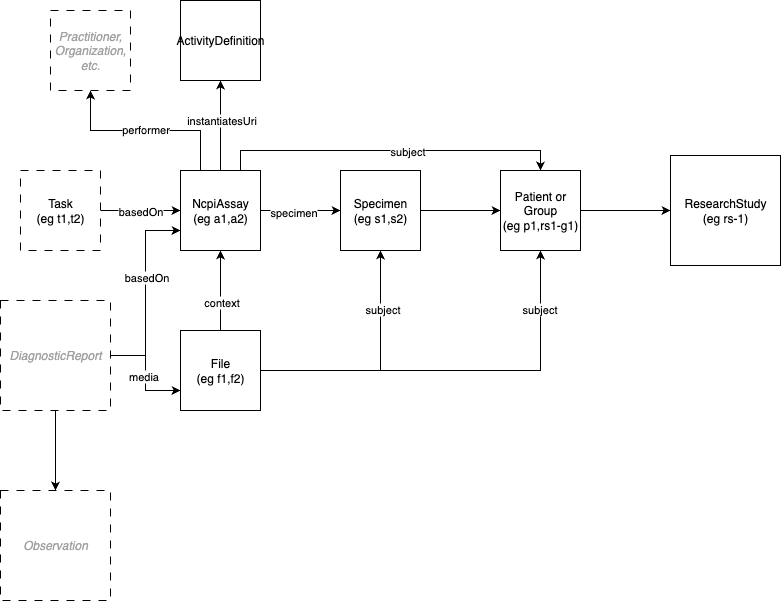
Before: input/images/assay-usage.png, a diagram exported from draw.io (NIH-NCPI/ncpi-fhir-ig-2). Source tidied: cells renumbered, new cells last; positions are measured from the earlier drawing's top-left corner, leaving out a move shared by most shapes.
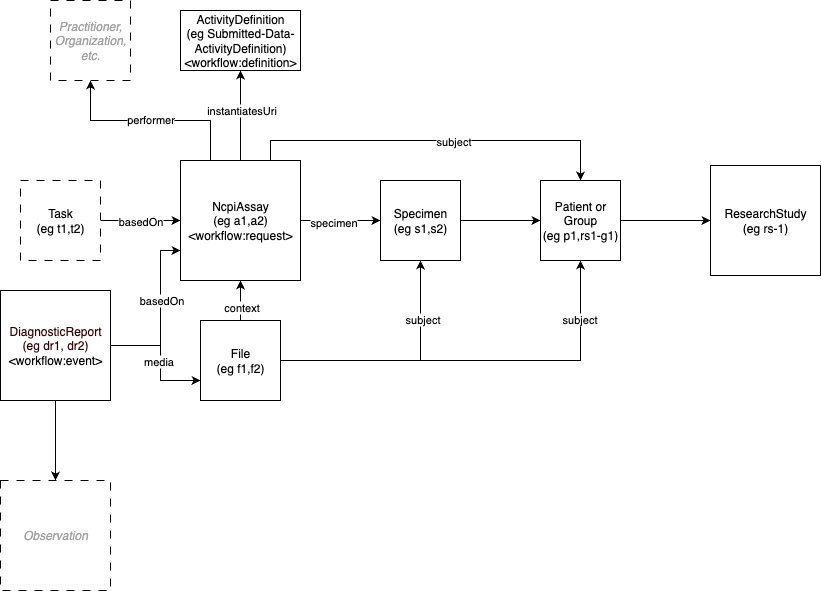
Later version of the same file.

Commit message:
Adds DiagnosticReport, ActivityDefinition

Change to the diagram source:
```diff
@@ -11,7 +11,7 @@
       </mxGeometry>
     </mxCell>
     <mxCell id="4" value="Task&lt;div&gt;(eg t1,t2)&lt;/div&gt;" style="whiteSpace=wrap;html=1;dashed=1;dashPattern=8 8;" parent="1" vertex="1">
-      <mxGeometry x="20" y="170" width="80" height="80" as="geometry" />
+      <mxGeometry x="20" y="190" width="80" height="80" as="geometry" />
     </mxCell>
     <mxCell id="5" style="edgeStyle=orthogonalEdgeStyle;rounded=0;jettySize=auto;html=1;" parent="1" edge="1" source="13" target="15">
       <mxGeometry relative="1" as="geometry" />
@@ -35,7 +35,7 @@
     <mxCell id="10" value="performer" style="edgeLabel;html=1;align=center;verticalAlign=middle;" parent="9" vertex="1">
       <mxGeometry x="0.01" y="-2" relative="1" as="geometry" />
     </mxCell>
-    <mxCell id="11" style="edgeStyle=orthogonalEdgeStyle;rounded=0;jettySize=auto;html=1;" parent="1" edge="1" source="13" target="27">
+    <mxCell id="11" style="edgeStyle=orthogonalEdgeStyle;rounded=0;jettySize=auto;html=1;entryX=0.5;entryY=1;entryDx=0;entryDy=0;" parent="1" edge="1" source="13" target="35">
       <mxGeometry relative="1" as="geometry" />
     </mxCell>
     <mxCell id="12" value="instantiatesUri" style="edgeLabel;html=1;align=center;verticalAlign=middle;" parent="11" vertex="1">
@@ -43,23 +43,23 @@
         <mxPoint x="-3" y="-12" as="offset" />
       </mxGeometry>
     </mxCell>
-    <mxCell id="13" value="NcpiAssay&lt;div&gt;(eg a1,a2)&lt;/div&gt;" style="whiteSpace=wrap;html=1;" parent="1" vertex="1">
-      <mxGeometry x="180" y="170" width="80" height="80" as="geometry" />
+    <mxCell id="13" value="NcpiAssay&lt;div&gt;(eg a1,a2)&lt;/div&gt;&lt;div&gt;&amp;lt;workflow:request&amp;gt;&lt;/div&gt;" style="whiteSpace=wrap;html=1;" parent="1" vertex="1">
+      <mxGeometry x="180" y="170" width="120" height="120" as="geometry" />
     </mxCell>
     <mxCell id="14" style="edgeStyle=orthogonalEdgeStyle;rounded=0;jettySize=auto;html=1;" parent="1" edge="1" source="15" target="17">
       <mxGeometry relative="1" as="geometry" />
     </mxCell>
     <mxCell id="15" value="Specimen&lt;div&gt;(eg s1,s2)&lt;/div&gt;" style="whiteSpace=wrap;html=1;" parent="1" vertex="1">
-      <mxGeometry x="340" y="170" width="80" height="80" as="geometry" />
+      <mxGeometry x="380" y="190" width="80" height="80" as="geometry" />
     </mxCell>
     <mxCell id="16" style="edgeStyle=orthogonalEdgeStyle;rounded=0;jettySize=auto;html=1;" parent="1" edge="1" source="17" target="18">
       <mxGeometry relative="1" as="geometry" />
     </mxCell>
     <mxCell id="17" value="Patient or Group&lt;div&gt;(eg p1,rs1-g1)&lt;/div&gt;" style="whiteSpace=wrap;html=1;" parent="1" vertex="1">
-      <mxGeometry x="500" y="170" width="80" height="80" as="geometry" />
+      <mxGeometry x="540" y="190" width="80" height="80" as="geometry" />
     </mxCell>
     <mxCell id="18" value="ResearchStudy&lt;div&gt;(eg rs-1)&lt;/div&gt;" style="whiteSpace=wrap;html=1;" parent="1" vertex="1">
-      <mxGeometry x="670" y="155" width="110" height="110" as="geometry" />
+      <mxGeometry x="710" y="175" width="110" height="110" as="geometry" />
     </mxCell>
     <mxCell id="19" style="edgeStyle=orthogonalEdgeStyle;rounded=0;jettySize=auto;html=1;" parent="1" edge="1" source="25" target="13">
       <mxGeometry relative="1" as="geometry" />
@@ -84,22 +84,29 @@
       </mxGeometry>
     </mxCell>
     <mxCell id="25" value="File&lt;div&gt;(eg f1,f2)&lt;/div&gt;" style="whiteSpace=wrap;html=1;" parent="1" vertex="1">
-      <mxGeometry x="180" y="330" width="80" height="80" as="geometry" />
+      <mxGeometry x="200" y="330" width="80" height="80" as="geometry" />
     </mxCell>
     <mxCell id="26" value="&lt;span style=&quot;white-space: normal;&quot;&gt;&lt;i&gt;&lt;font style=&quot;color: rgb(161, 161, 161);&quot;&gt;Practitioner, Organization,&lt;/font&gt;&lt;/i&gt;&lt;/span&gt;&lt;div&gt;&lt;span style=&quot;white-space: normal;&quot;&gt;&lt;i&gt;&lt;font style=&quot;color: rgb(161, 161, 161);&quot;&gt;etc.&lt;/font&gt;&lt;/i&gt;&lt;/span&gt;&lt;/div&gt;" style="whiteSpace=wrap;html=1;dashed=1;dashPattern=8 8;" parent="1" vertex="1">
       <mxGeometry x="50" y="10" width="80" height="80" as="geometry" />
     </mxCell>
-    <mxCell id="27" value="ActivityDefinition" style="whiteSpace=wrap;html=1;" parent="1" vertex="1">
-      <mxGeometry x="180" width="80" height="80" as="geometry" />
-    </mxCell>
     <mxCell id="28" style="edgeStyle=orthogonalEdgeStyle;rounded=0;jettySize=auto;html=1;entryX=0;entryY=0.75;entryDx=0;entryDy=0;" parent="1" edge="1" source="33" target="13">
-      <mxGeometry relative="1" as="geometry" />
+      <mxGeometry relative="1" as="geometry">
+        <Array as="points">
+          <mxPoint x="160" y="355" />
+          <mxPoint x="160" y="260" />
+        </Array>
+      </mxGeometry>
     </mxCell>
     <mxCell id="29" value="basedOn" style="edgeLabel;html=1;align=center;verticalAlign=middle;" parent="28" vertex="1">
       <mxGeometry x="0.17" relative="1" as="geometry" />
     </mxCell>
     <mxCell id="30" style="edgeStyle=orthogonalEdgeStyle;rounded=0;jettySize=auto;html=1;entryX=0;entryY=0.75;entryDx=0;entryDy=0;" parent="1" edge="1" source="33" target="25">
-      <mxGeometry relative="1" as="geometry" />
+      <mxGeometry relative="1" as="geometry">
+        <Array as="points">
+          <mxPoint x="160" y="355" />
+          <mxPoint x="160" y="390" />
+        </Array>
+      </mxGeometry>
     </mxCell>
     <mxCell id="31" value="media" style="edgeLabel;html=1;align=center;verticalAlign=middle;" parent="30" vertex="1">
       <mxGeometry x="0.05" y="-3" relative="1" as="geometry" />
@@ -107,11 +114,14 @@
     <mxCell id="32" style="edgeStyle=orthogonalEdgeStyle;rounded=0;jettySize=auto;html=1;" parent="1" edge="1" source="33" target="34">
       <mxGeometry relative="1" as="geometry" />
     </mxCell>
-    <mxCell id="33" value="&lt;font color=&quot;#a1a1a1&quot;&gt;&lt;i&gt;DiagnosticReport&lt;/i&gt;&lt;/font&gt;" style="whiteSpace=wrap;html=1;dashed=1;dashPattern=8 8;" parent="1" vertex="1">
+    <mxCell id="33" value="&lt;font style=&quot;color: rgb(51, 0, 0);&quot;&gt;DiagnosticReport&lt;/font&gt;&lt;div&gt;&lt;font style=&quot;color: rgb(51, 0, 0);&quot;&gt;(eg dr1, dr2)&lt;/font&gt;&lt;/div&gt;&lt;div&gt;&lt;font style=&quot;color: rgb(51, 0, 0);&quot;&gt;&lt;span style=&quot;color: rgb(0, 0, 0);&quot;&gt;&amp;lt;workflow:event&amp;gt;&lt;/span&gt;&lt;/font&gt;&lt;/div&gt;" style="whiteSpace=wrap;html=1;" parent="1" vertex="1">
       <mxGeometry y="300" width="110" height="110" as="geometry" />
     </mxCell>
     <mxCell id="34" value="&lt;font color=&quot;#a1a1a1&quot;&gt;&lt;i&gt;Observation&lt;/i&gt;&lt;/font&gt;" style="whiteSpace=wrap;html=1;dashed=1;dashPattern=8 8;" parent="1" vertex="1">
       <mxGeometry y="490" width="110" height="110" as="geometry" />
     </mxCell>
+    <mxCell id="35" value="ActivityDefinition&lt;div&gt;(eg&amp;nbsp;Submitted-Data-ActivityDefinition)&lt;/div&gt;&lt;div&gt;&amp;lt;workflow:definition&amp;gt;&lt;/div&gt;" style="rounded=0;whiteSpace=wrap;html=1;" parent="1" vertex="1">
+      <mxGeometry x="180" y="20" width="120" height="60" as="geometry" />
+    </mxCell>
   </root>
 </mxGraphModel>
```
